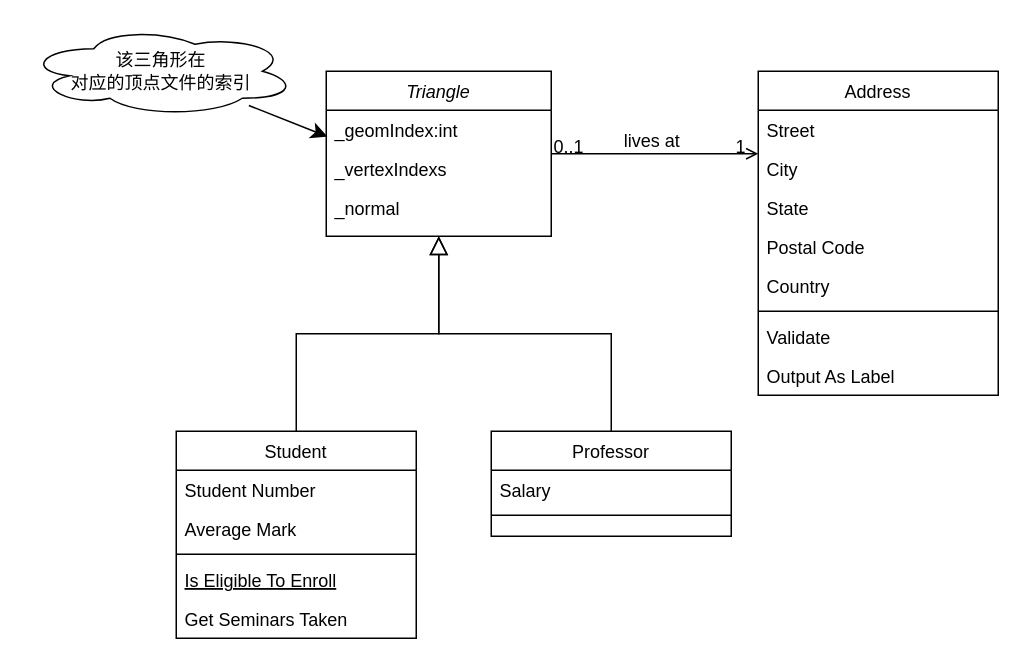
This is CSF4_Tri.drawio from liujing-maker/IDEA, a draw.io file, before an edit. Source tidied: cells renumbered, new cells numbered last; positions are measured from the earlier drawing's top-left corner, leaving out a move shared by most shapes. Both pictures are drawn from the tidied source at 150%, with x=0, y=0 at pixel (26, 26).
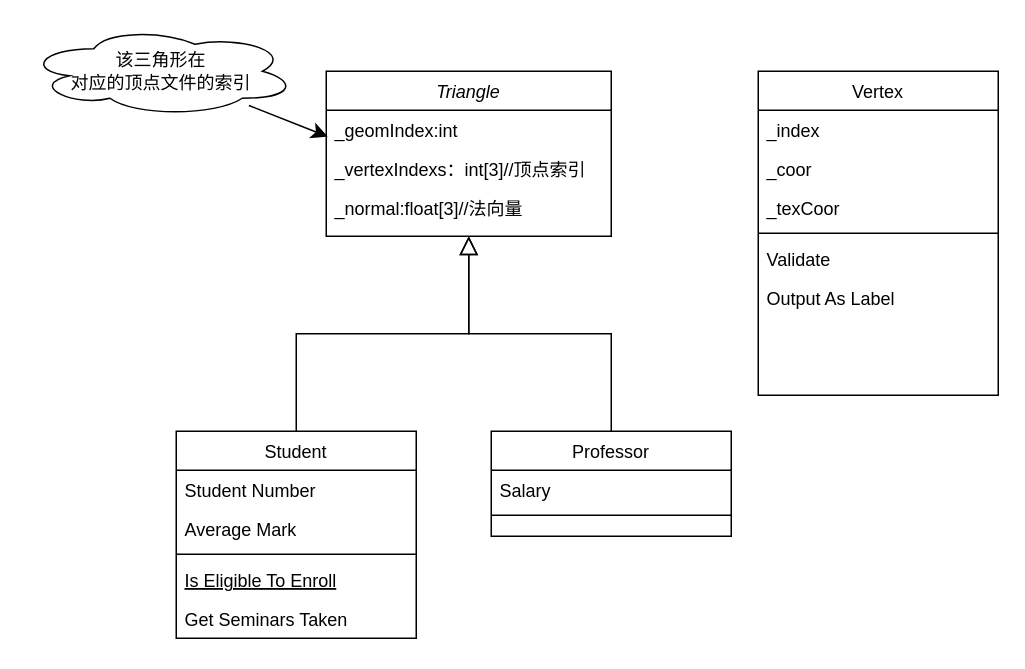
Above is the later version.

What changed in the source:
```diff
@@
     <mxCell id="2" value="Triangle" style="swimlane;fontStyle=2;align=center;verticalAlign=top;horizontal=1;startSize=26;rounded=0;shadow=0;strokeWidth=1;" parent="1" vertex="1">
-      <mxGeometry x="200" y="30" width="150" height="110" as="geometry" />
+      <mxGeometry x="200" y="30" width="190" height="110" as="geometry" />
     </mxCell>
     <mxCell id="3" value="_geomIndex:int" style="text;align=left;verticalAlign=top;spacingLeft=4;spacingRight=4;overflow=hidden;points=[[0,0.5],[1,0.5]];portConstraint=eastwest;" parent="2" vertex="1">
-      <mxGeometry y="26" width="150" height="26" as="geometry" />
+      <mxGeometry y="26" width="190" height="26" as="geometry" />
     </mxCell>
-    <mxCell id="4" value="_vertexIndexs" style="text;align=left;verticalAlign=top;spacingLeft=4;spacingRight=4;overflow=hidden;rounded=0;shadow=0;html=0;" parent="2" vertex="1">
-      <mxGeometry y="52" width="150" height="26" as="geometry" />
+    <mxCell id="4" value="_vertexIndexs：int[3]//顶点索引" style="text;align=left;verticalAlign=top;spacingLeft=4;spacingRight=4;overflow=hidden;rounded=0;shadow=0;html=0;" parent="2" vertex="1">
+      <mxGeometry y="52" width="190" height="26" as="geometry" />
     </mxCell>
-    <mxCell id="5" value="_normal" style="text;align=left;verticalAlign=top;spacingLeft=4;spacingRight=4;overflow=hidden;rounded=0;shadow=0;html=0;" parent="2" vertex="1">
-      <mxGeometry y="78" width="150" height="26" as="geometry" />
+    <mxCell id="5" value="_normal:float[3]//法向量" style="text;align=left;verticalAlign=top;spacingLeft=4;spacingRight=4;overflow=hidden;rounded=0;shadow=0;html=0;labelBackgroundColor=default;" parent="2" vertex="1">
+      <mxGeometry y="78" width="190" height="26" as="geometry" />
     </mxCell>
@@
-    <mxCell id="17" value="Address" style="swimlane;fontStyle=0;align=center;verticalAlign=top;horizontal=1;startSize=26;rounded=0;shadow=0;strokeWidth=1;" parent="1" vertex="1">
+    <mxCell id="17" value="Vertex" style="swimlane;fontStyle=0;align=center;verticalAlign=top;horizontal=1;startSize=26;rounded=0;shadow=0;strokeWidth=1;" parent="1" vertex="1">
       <mxGeometry x="488" y="30" width="160" height="216" as="geometry" />
     </mxCell>
-    <mxCell id="18" value="Street" style="text;align=left;verticalAlign=top;spacingLeft=4;spacingRight=4;overflow=hidden;" parent="17" vertex="1">
+    <mxCell id="18" value="_index" style="text;align=left;verticalAlign=top;spacingLeft=4;spacingRight=4;overflow=hidden;" parent="17" vertex="1">
       <mxGeometry y="26" width="160" height="26" as="geometry" />
     </mxCell>
-    <mxCell id="19" value="City" style="text;align=left;verticalAlign=top;spacingLeft=4;spacingRight=4;overflow=hidden;rounded=0;shadow=0;html=0;" parent="17" vertex="1">
+    <mxCell id="19" value="_coor" style="text;align=left;verticalAlign=top;spacingLeft=4;spacingRight=4;overflow=hidden;rounded=0;shadow=0;html=0;" parent="17" vertex="1">
       <mxGeometry y="52" width="160" height="26" as="geometry" />
     </mxCell>
-    <mxCell id="20" value="State" style="text;align=left;verticalAlign=top;spacingLeft=4;spacingRight=4;overflow=hidden;rounded=0;shadow=0;html=0;" parent="17" vertex="1">
+    <mxCell id="20" value="_texCoor" style="text;align=left;verticalAlign=top;spacingLeft=4;spacingRight=4;overflow=hidden;rounded=0;shadow=0;html=0;" parent="17" vertex="1">
       <mxGeometry y="78" width="160" height="26" as="geometry" />
     </mxCell>
-    <mxCell id="21" value="Postal Code" style="text;align=left;verticalAlign=top;spacingLeft=4;spacingRight=4;overflow=hidden;rounded=0;shadow=0;html=0;" parent="17" vertex="1">
-      <mxGeometry y="104" width="160" height="26" as="geometry" />
-    </mxCell>
-    <mxCell id="22" value="Country" style="text;align=left;verticalAlign=top;spacingLeft=4;spacingRight=4;overflow=hidden;rounded=0;shadow=0;html=0;" parent="17" vertex="1">
-      <mxGeometry y="130" width="160" height="26" as="geometry" />
-    </mxCell>
     <mxCell id="23" style="line;html=1;strokeWidth=1;align=left;verticalAlign=middle;spacingTop=-1;spacingLeft=3;spacingRight=3;labelPosition=right;" parent="17" vertex="1">
-      <mxGeometry y="156" width="160" height="8" as="geometry" />
+      <mxGeometry y="104" width="160" height="8" as="geometry" />
     </mxCell>
     <mxCell id="24" value="Validate" style="text;align=left;verticalAlign=top;spacingLeft=4;spacingRight=4;overflow=hidden;" parent="17" vertex="1">
-      <mxGeometry y="164" width="160" height="26" as="geometry" />
+      <mxGeometry y="112" width="160" height="26" as="geometry" />
     </mxCell>
     <mxCell id="25" value="Output As Label" style="text;align=left;verticalAlign=top;spacingLeft=4;spacingRight=4;overflow=hidden;" parent="17" vertex="1">
-      <mxGeometry y="190" width="160" height="26" as="geometry" />
+      <mxGeometry y="138" width="160" height="26" as="geometry" />
     </mxCell>
-    <mxCell id="26" style="endArrow=open;shadow=0;strokeWidth=1;rounded=0;curved=0;endFill=1;edgeStyle=elbowEdgeStyle;elbow=vertical;" parent="1" edge="1" source="2" target="17">
-      <mxGeometry x="0.5" y="41" relative="1" as="geometry">
-        <mxPoint x="-40" y="32" as="offset" />
-      </mxGeometry>
-    </mxCell>
-    <mxCell id="27" value="0..1" style="align=left;verticalAlign=bottom;labelBackgroundColor=none;fontSize=12;" parent="26" vertex="1">
-      <mxGeometry x="-1" relative="1" as="geometry">
-        <mxPoint y="4" as="offset" />
-      </mxGeometry>
-    </mxCell>
-    <mxCell id="28" value="1" style="align=right;verticalAlign=bottom;labelBackgroundColor=none;fontSize=12;" parent="26" vertex="1">
-      <mxGeometry x="1" relative="1" as="geometry">
-        <mxPoint x="-7" y="4" as="offset" />
-      </mxGeometry>
-    </mxCell>
-    <mxCell id="29" value="lives at" style="text;html=1;align=center;verticalAlign=middle;labelBackgroundColor=none;rounded=0;shadow=0;strokeWidth=1;fontSize=12;" parent="26" vertex="1">
-      <mxGeometry x="0.5" y="49" relative="1" as="geometry">
-        <mxPoint x="-38" y="40" as="offset" />
-      </mxGeometry>
-    </mxCell>
```
